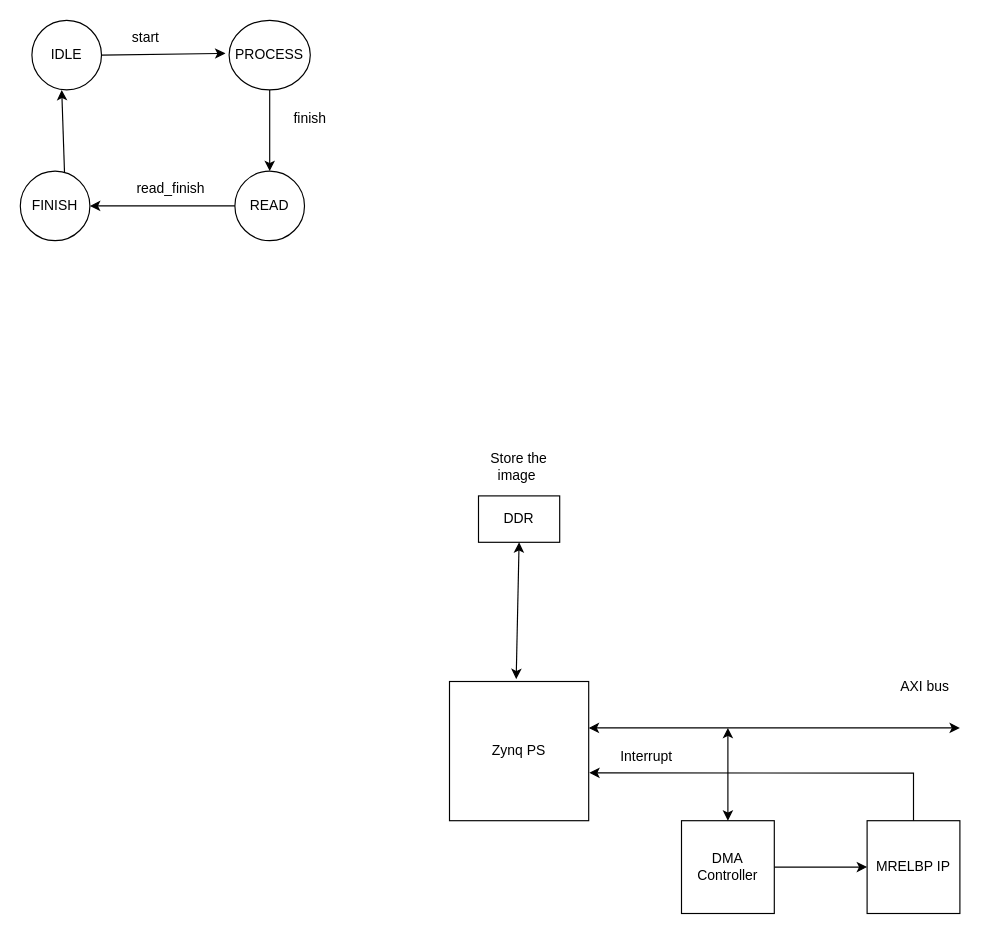
Before: draw/SoC.drawio in Hieuueihm/Thesis, a draw.io diagram. Source tidied: cells renumbered, new cells numbered last; positions are measured from the earlier drawing's top-left corner, leaving out a move shared by most shapes. Both pictures are drawn from the tidied source at 116%, with x=0, y=0 at pixel (20, 20).
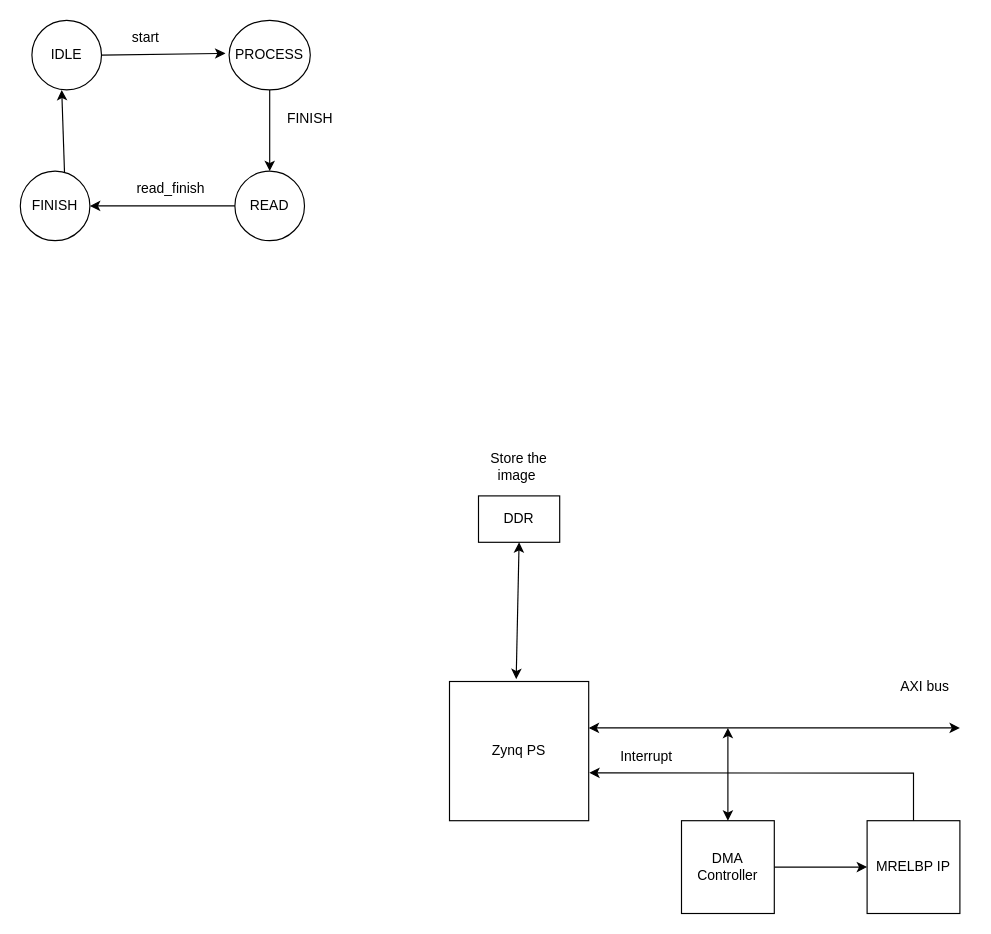
The same page after the edit.

Diff of the diagram source:
```diff
@@
-    <mxCell id="19" value="finish" style="text;html=1;align=center;verticalAlign=middle;whiteSpace=wrap;rounded=0;" parent="1" vertex="1">
+    <mxCell id="19" value="FINISH" style="text;html=1;align=center;verticalAlign=middle;whiteSpace=wrap;rounded=0;" parent="1" vertex="1">
       <mxGeometry x="220" y="70" width="60" height="30" as="geometry" />
     </mxCell>
```
